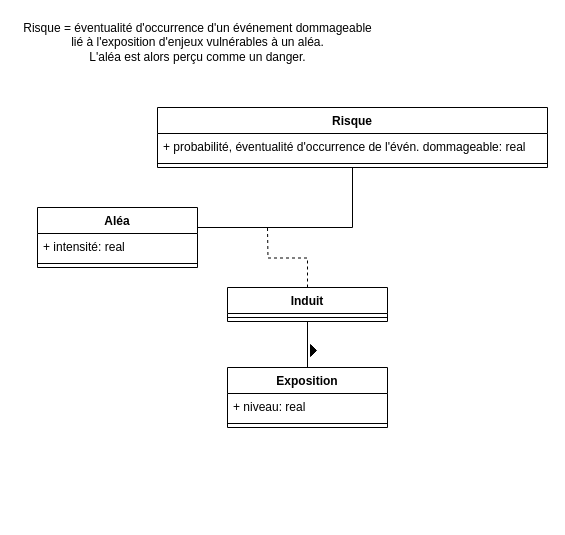
This is risk_association_class_Induit.drawio from EmmanuelRouxIRD/PROGYSAT-VecTrans, a draw.io file, before an edit. Source tidied: cells renumbered, new cells numbered last; positions are measured from the earlier drawing's top-left corner, leaving out a move shared by most shapes. Both pictures are drawn from the tidied source at 100%, with x=0, y=0 at pixel (17, 17).
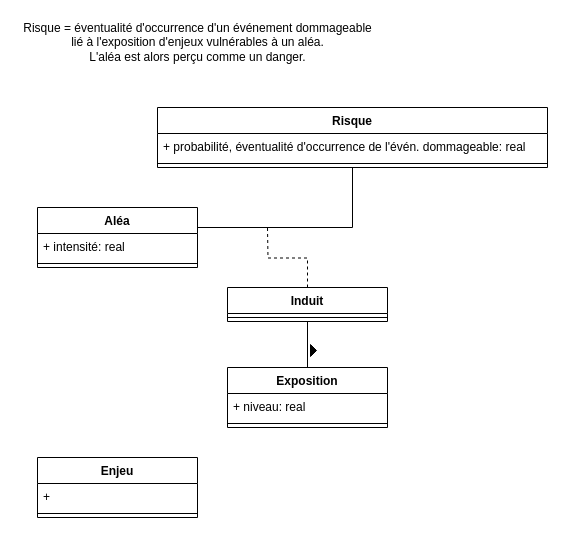
The same diagram, later.

What changed in the source:
```diff
@@
+    <mxCell id="18" value="Enjeu" style="swimlane;fontStyle=1;align=center;verticalAlign=top;horizontal=1;startSize=26;" parent="1" vertex="1">
+      <mxGeometry x="20" y="440" width="160" height="60" as="geometry" />
+    </mxCell>
+    <mxCell id="19" value="+ " style="text;strokeColor=none;fillColor=none;align=left;verticalAlign=top;spacingLeft=4;spacingRight=4;overflow=hidden;" parent="18" vertex="1">
+      <mxGeometry y="26" width="160" height="26" as="geometry" />
+    </mxCell>
+    <mxCell id="20" style="line;strokeWidth=1;fillColor=none;align=left;verticalAlign=middle;spacingTop=-1;spacingLeft=3;spacingRight=3;labelPosition=right;" parent="18" vertex="1">
+      <mxGeometry y="52" width="160" height="8" as="geometry" />
+    </mxCell>
```
